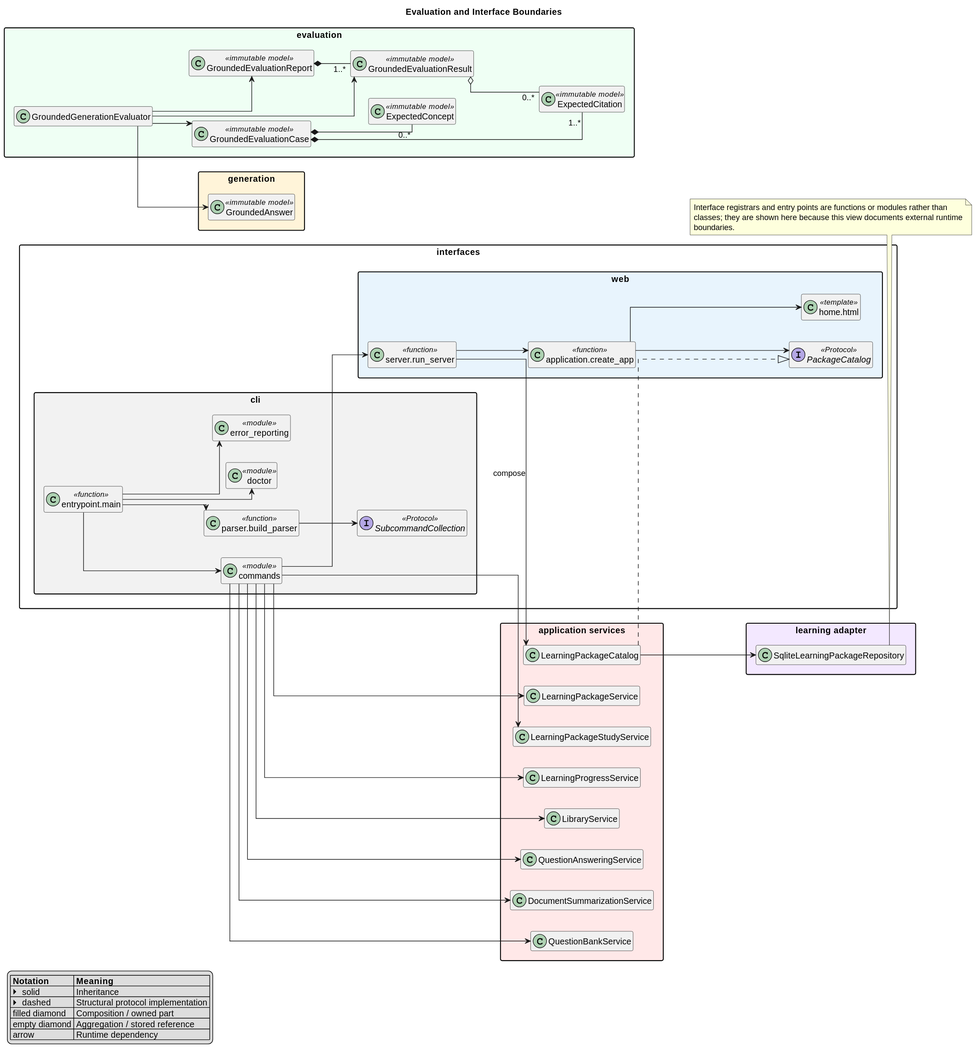
Earlier version of the PlantUML export docs/diagrams/evaluation-interfaces.svg (ebe542/rag-learning-assistant).
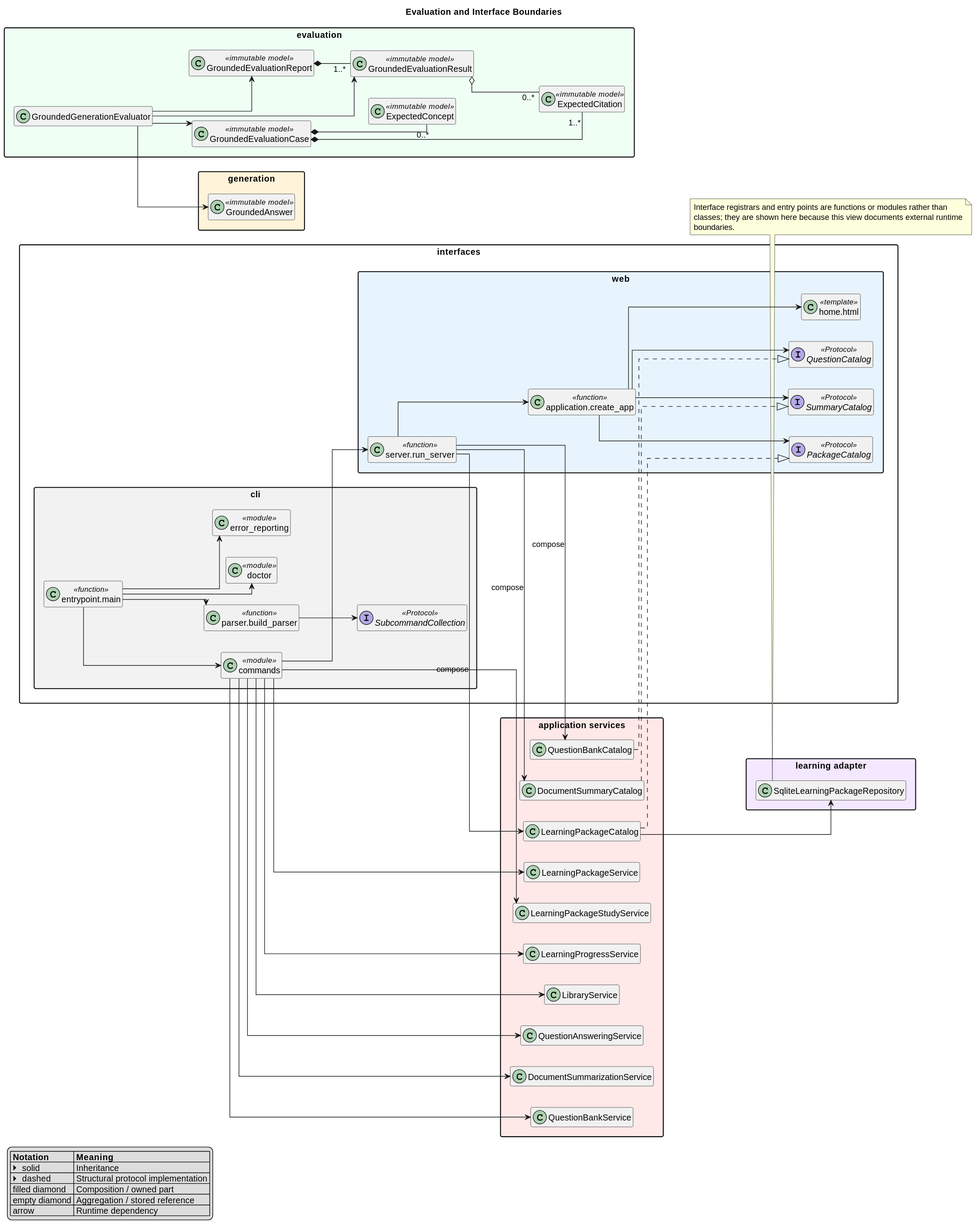
After the change.

The edit, as a diff of the source:
```diff
@@ -24,6 +24,8 @@
 }
 package "interfaces.web" #E8F4FD {
   interface PackageCatalog <<Protocol>>
+  interface SummaryCatalog <<Protocol>>
+  interface QuestionCatalog <<Protocol>>
   class "application.create_app" as WebApplication <<function>>
   class "server.run_server" as WebServer <<function>>
   class "home.html" as HomeTemplate <<template>>
@@ -32,7 +34,9 @@
   class LibraryService
   class QuestionAnsweringService
   class DocumentSummarizationService
+  class DocumentSummaryCatalog
   class QuestionBankService
+  class QuestionBankCatalog
   class LearningPackageService
   class LearningPackageCatalog
   class LearningPackageStudyService
@@ -66,8 +70,14 @@
 WebServer --> WebApplication
 WebApplication --> HomeTemplate
 WebApplication --> PackageCatalog
+WebApplication --> SummaryCatalog
+WebApplication --> QuestionCatalog
 LearningPackageCatalog ..|> PackageCatalog
+DocumentSummaryCatalog ..|> SummaryCatalog
+QuestionBankCatalog ..|> QuestionCatalog
 WebServer --> LearningPackageCatalog : compose
+WebServer --> DocumentSummaryCatalog : compose
+WebServer --> QuestionBankCatalog : compose
 LearningPackageCatalog --> SqliteLearningPackageRepository
 
 note bottom
```
